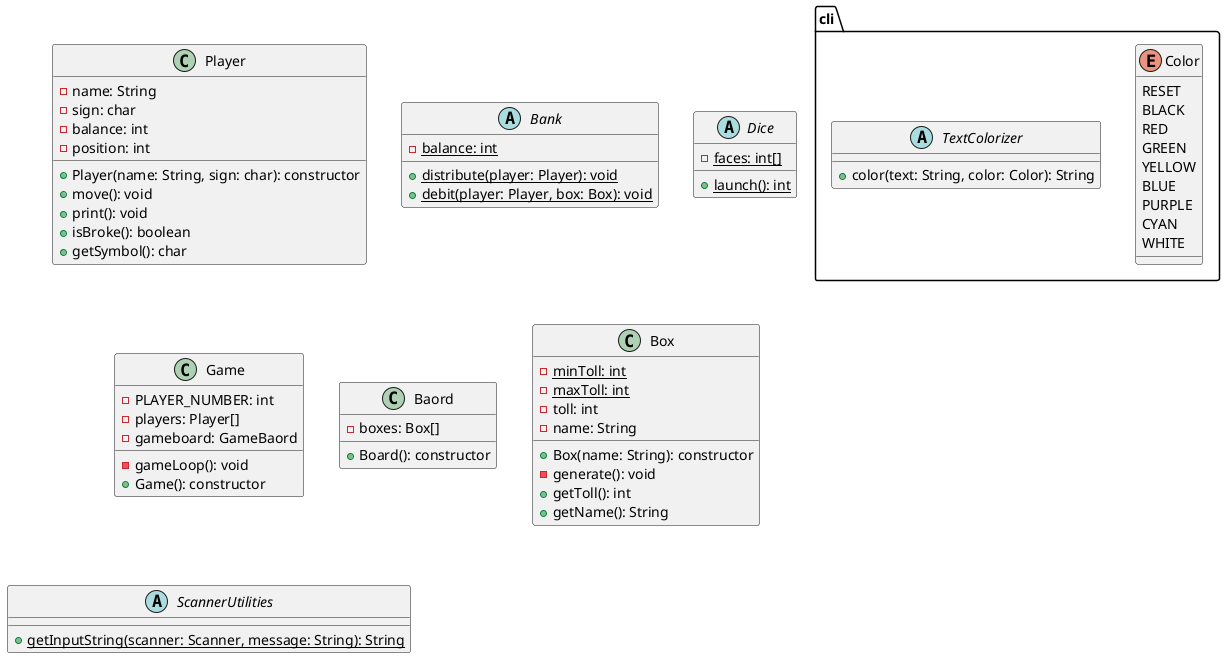
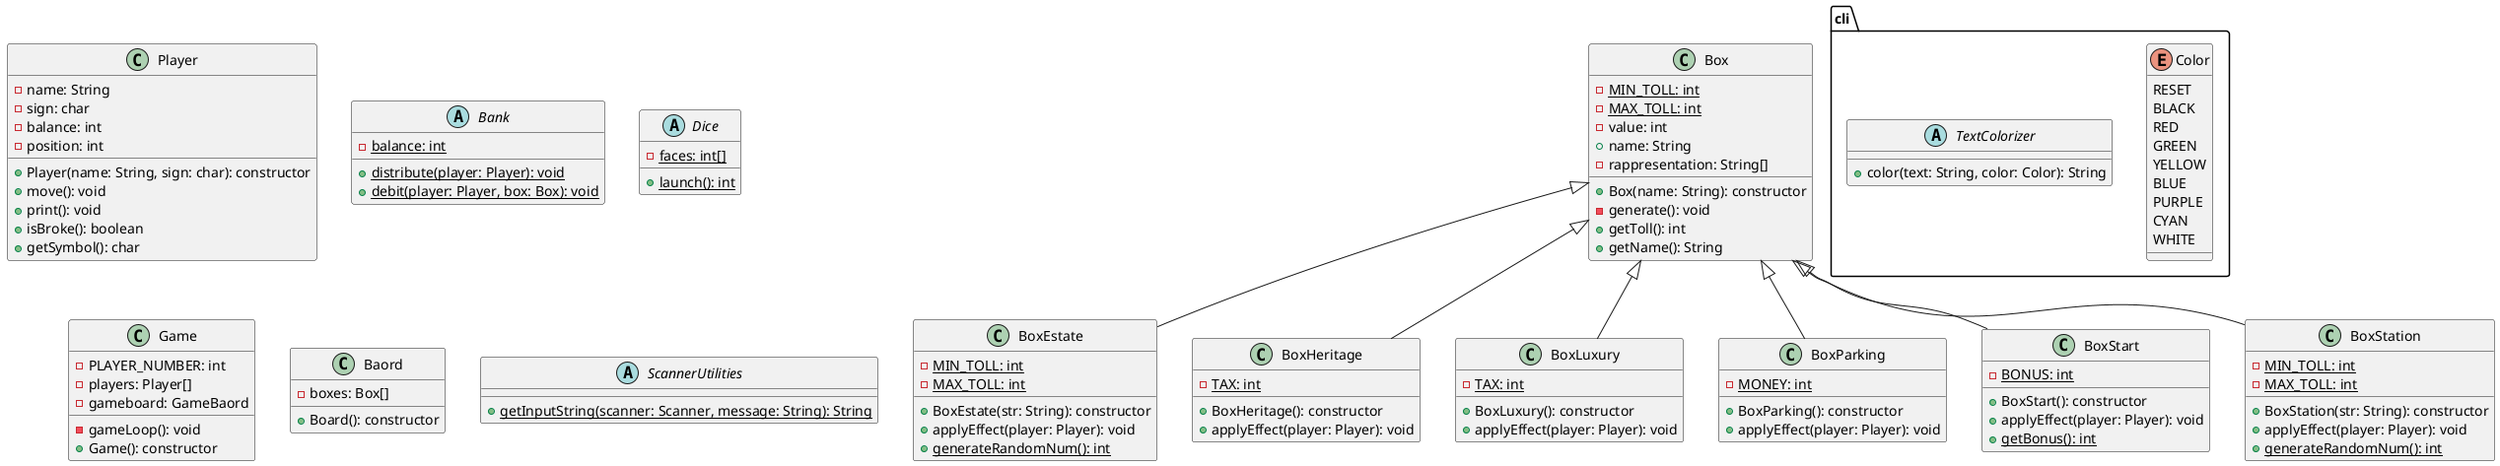
@startuml

class Player {
  - name: String
  - sign: char
  - balance: int
  - position: int
  + Player(name: String, sign: char): constructor
  + move(): void
  + print(): void
  + isBroke(): boolean
  + getSymbol(): char
}

package cli {
    enum Color {
        RESET
        BLACK
        RED
        GREEN
        YELLOW
        BLUE
        PURPLE
        CYAN
        WHITE
    }

    abstract class TextColorizer {
        + color(text: String, color: Color): String
    }
}

abstract class Bank {
  - {static} balance: int
  + {static} distribute(player: Player): void
  + {static} debit(player: Player, box: Box): void
}

abstract class Dice {
  - {static} faces: int[]
  + {static} launch(): int
}

class Game {
  - PLAYER_NUMBER: int
  - players: Player[]
  - gameboard: GameBaord
  - gameLoop(): void
  + Game(): constructor
}

class Baord {
  - boxes: Box[]
  + Board(): constructor
}

class Box {
-   - {static} minToll: int
-   - {static} maxToll: int
-   - toll: int
-   - name: String
+   - {static} MIN_TOLL: int
+   - {static} MAX_TOLL: int
+   - value: int
+   + name: String
+   - rappresentation: String[]
  + Box(name: String): constructor
  - generate(): void
  + getToll(): int
  + getName(): String
}

+ class BoxEstate {
+   - {static} MIN_TOLL: int
+   - {static} MAX_TOLL: int
+   + BoxEstate(str: String): constructor
+   + applyEffect(player: Player): void
+   + {static} generateRandomNum(): int
+ }
+ 
+ class BoxHeritage {
+   - {static} TAX: int
+   + BoxHeritage(): constructor
+   + applyEffect(player: Player): void
+ }
+ 
+ class BoxLuxury {
+   - {static} TAX: int
+   + BoxLuxury(): constructor
+   + applyEffect(player: Player): void
+ }
+ 
+ class BoxParking {
+   - {static} MONEY: int
+   + BoxParking(): constructor
+   + applyEffect(player: Player): void
+ }
+ 
+ class BoxStart {
+   - {static} BONUS: int
+   + BoxStart(): constructor
+   + applyEffect(player: Player): void
+   + {static} getBonus(): int
+ }
+ 
+ class BoxStation {
+   - {static} MIN_TOLL: int
+   - {static} MAX_TOLL: int
+   + BoxStation(str: String): constructor
+   + applyEffect(player: Player): void
+   + {static} generateRandomNum(): int
+ }
+ 
+ Box <|-- BoxEstate
+ Box <|-- BoxHeritage
+ Box <|-- BoxLuxury
+ Box <|-- BoxParking
+ Box <|-- BoxStart
+ Box <|-- BoxStation
+ 
abstract class ScannerUtilities {
  + {static} getInputString(scanner: Scanner, message: String): String
}

@enduml